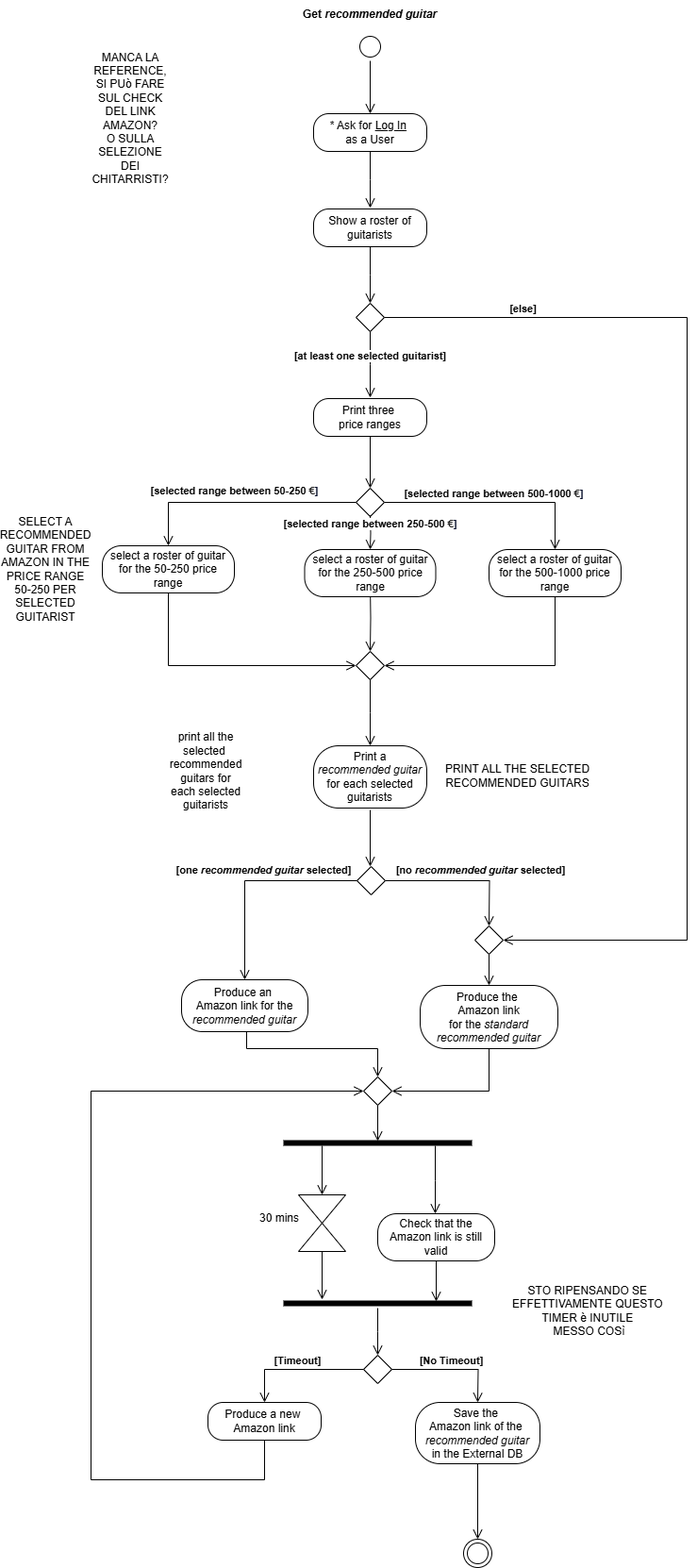
Earlier version of the draw.io export ActivityDiagramM.drawio.png (TizianoLilli/ISPW-Project). Source tidied: cells renumbered, new cells last; positions are measured from the earlier drawing's top-left corner, leaving out a move shared by most shapes.
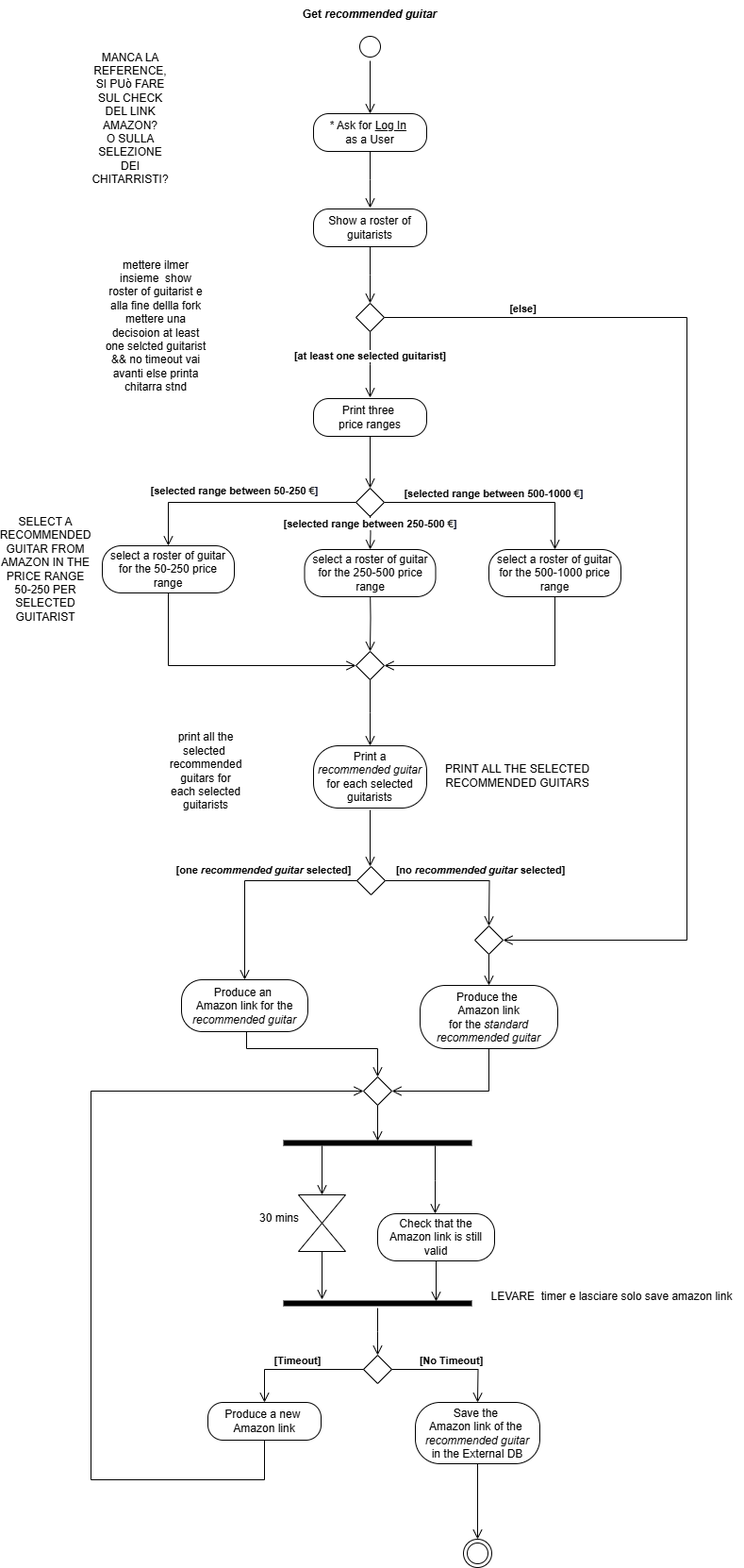
Later version of the same file.

What changed in the source:
```diff
@@ -188,8 +188,8 @@
         <mxPoint x="374" y="220" as="targetPoint" />
       </mxGeometry>
     </mxCell>
-    <mxCell id="48" value="STO RIPENSANDO SE&amp;nbsp;&lt;div&gt;EFFETTIVAMENTE QUESTO&amp;nbsp;&lt;/div&gt;&lt;div&gt;TIMER è INUTILE&amp;nbsp;&lt;/div&gt;&lt;div&gt;MESSO COSì&lt;/div&gt;" style="text;html=1;align=center;verticalAlign=middle;strokeColor=none;fillColor=none;labelBackgroundColor=none;" parent="1" vertex="1">
-      <mxGeometry x="511" y="1354" width="190" height="70" as="geometry" />
+    <mxCell id="48" value="LEVARE&amp;nbsp; timer e lasciare solo save amazon link&lt;div&gt;&lt;br&gt;&lt;/div&gt;" style="text;html=1;align=center;verticalAlign=middle;strokeColor=none;fillColor=none;labelBackgroundColor=none;" parent="1" vertex="1">
+      <mxGeometry x="490" y="1361" width="280" height="40" as="geometry" />
     </mxCell>
     <mxCell id="49" value="SELECT A RECOMMENDED GUITAR FROM AMAZON IN THE PRICE RANGE 50-250 PER SELECTED GUITARIST" style="text;html=1;align=center;verticalAlign=middle;whiteSpace=wrap;rounded=0;labelBackgroundColor=none;" parent="1" vertex="1">
       <mxGeometry y="588" width="60" height="30" as="geometry" />
@@ -246,5 +246,8 @@
     <mxCell id="62" style="edgeStyle=orthogonalEdgeStyle;html=1;verticalAlign=bottom;endArrow=open;endSize=8;rounded=0;labelBackgroundColor=none;fontColor=default;entryX=0.5;entryY=0;entryDx=0;entryDy=0;exitX=0.5;exitY=1;exitDx=0;exitDy=0;" parent="1" edge="1" source="35" target="41">
       <mxGeometry relative="1" as="geometry" />
     </mxCell>
+    <mxCell id="63" value="mettere ilmer insieme&amp;nbsp; show roster of guitarist e alla fine dellla fork mettere una decisoion at least one selcted guitarist &amp;amp;&amp;amp; no timeout vai avanti else printa chitarra stnd" style="text;html=1;align=center;verticalAlign=middle;whiteSpace=wrap;rounded=0;" parent="1" vertex="1">
+      <mxGeometry x="92" y="330" width="110" height="30" as="geometry" />
+    </mxCell>
   </root>
 </mxGraphModel>
```
